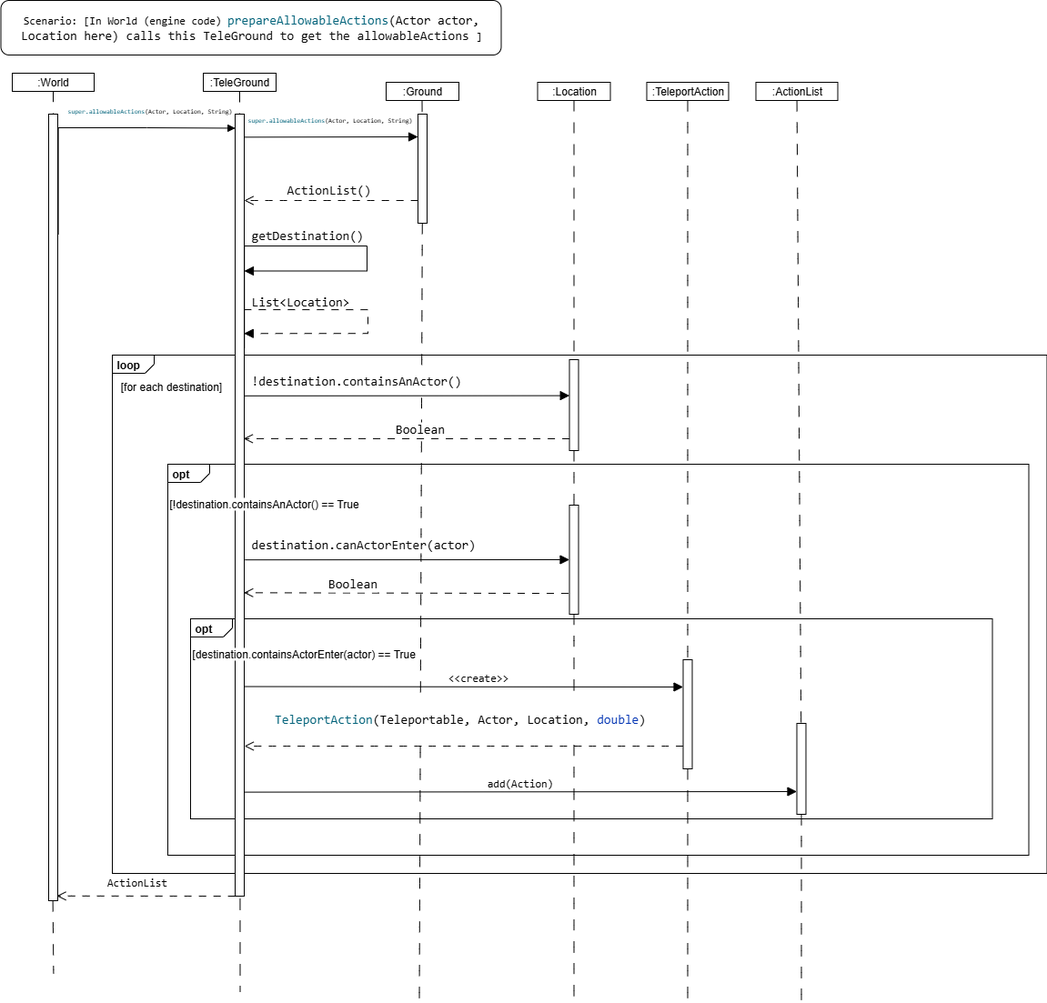
This is docs/sequencesDiagram/R1_SequenceDiagram.png from MinZY12138/finalA3, a draw.io export, as it was before one commit. Source tidied: cells renumbered, new cells last; positions are measured from the earlier drawing's top-left corner, leaving out a move shared by most shapes.
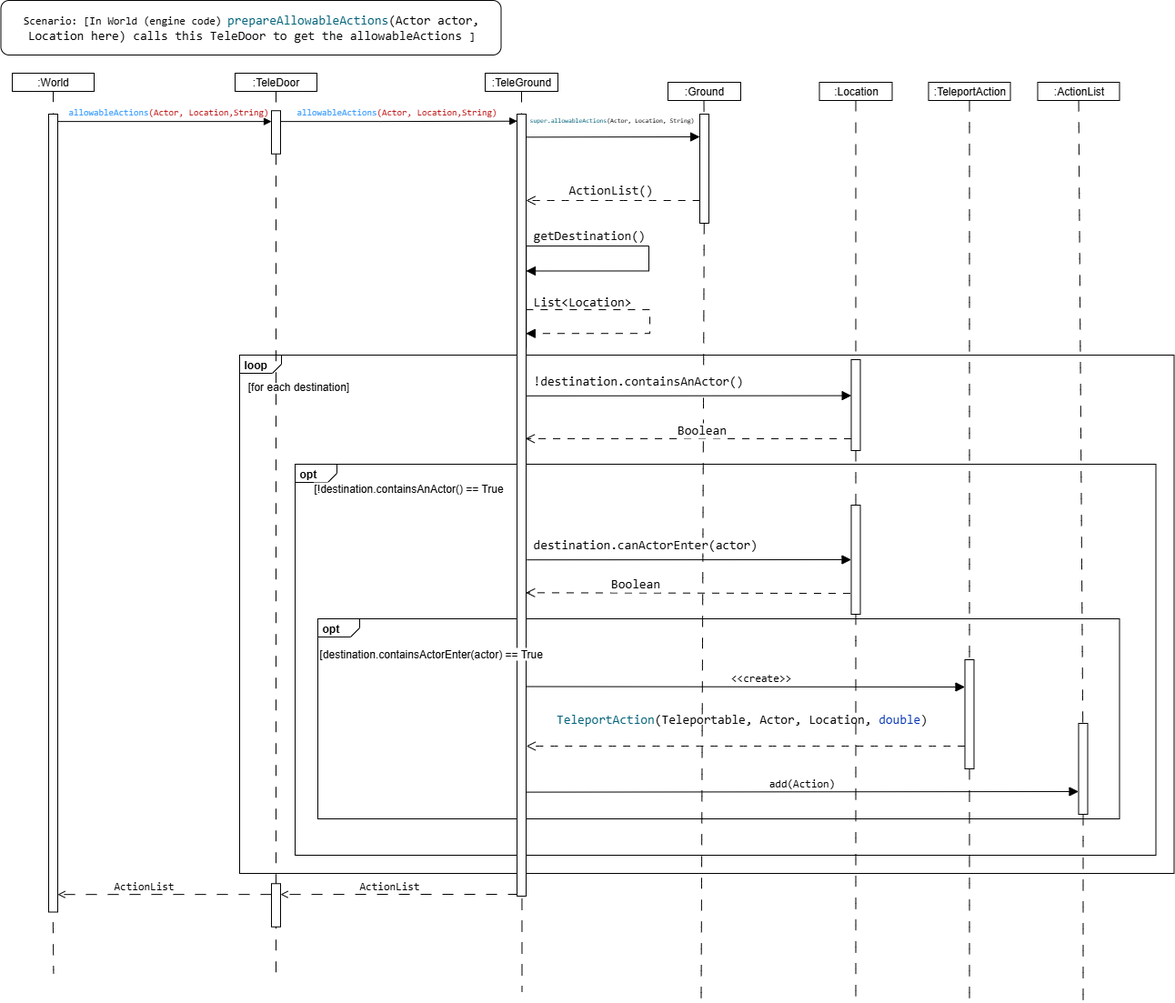
Later version of the same file.

Commit message:
More proper sequence diagram

What changed in the source:
```diff
@@ -3,13 +3,13 @@
     <mxCell id="0" />
     <mxCell id="1" parent="0" />
     <mxCell id="2" value="&lt;p style=&quot;margin:0px;margin-top:4px;margin-left:5px;text-align:left;&quot;&gt;&lt;b&gt;loop&lt;/b&gt;&lt;/p&gt;" style="html=1;shape=mxgraph.sysml.package;overflow=fill;labelX=46.3;align=left;spacingLeft=5;verticalAlign=top;spacingTop=-3;rounded=0;" parent="1" vertex="1">
-      <mxGeometry x="498" y="390" width="1027.5" height="570" as="geometry" />
+      <mxGeometry x="328" y="390" width="1027.5" height="570" as="geometry" />
     </mxCell>
     <mxCell id="3" value="&lt;p style=&quot;margin:0px;margin-top:4px;margin-left:5px;text-align:left;&quot;&gt;&lt;b&gt;opt&lt;/b&gt;&lt;/p&gt;" style="html=1;shape=mxgraph.sysml.package;overflow=fill;labelX=46.3;align=left;spacingLeft=5;verticalAlign=top;spacingTop=-3;rounded=0;" parent="1" vertex="1">
-      <mxGeometry x="559" y="510" width="946.5" height="430" as="geometry" />
+      <mxGeometry x="389" y="510" width="946.5" height="430" as="geometry" />
     </mxCell>
     <mxCell id="4" value="&lt;p style=&quot;margin:0px;margin-top:4px;margin-left:5px;text-align:left;&quot;&gt;&lt;b&gt;opt&lt;/b&gt;&lt;/p&gt;" style="html=1;shape=mxgraph.sysml.package;overflow=fill;labelX=46.3;align=left;spacingLeft=5;verticalAlign=top;spacingTop=-3;rounded=0;" parent="1" vertex="1">
-      <mxGeometry x="584" y="680" width="881.5" height="220" as="geometry" />
+      <mxGeometry x="414" y="680" width="881.5" height="220" as="geometry" />
     </mxCell>
     <mxCell id="5" style="edgeStyle=none;curved=0;rounded=0;jettySize=auto;html=1;fontSize=12;startSize=8;endSize=8;dashed=1;dashPattern=12 12;endArrow=none;endFill=0;" parent="1" edge="1" source="6">
       <mxGeometry relative="1" as="geometry">
@@ -68,14 +68,14 @@
         <mxPoint x="9" y="-12" as="offset" />
       </mxGeometry>
     </mxCell>
-    <mxCell id="17" style="edgeStyle=none;curved=1;jettySize=auto;html=1;exitX=1;exitY=1;exitDx=0;exitDy=0;fontSize=12;startSize=8;endSize=8;dashed=1;dashPattern=8 8;endArrow=open;endFill=0;entryX=0.994;entryY=0.109;entryDx=0;entryDy=0;entryPerimeter=0;" parent="1" edge="1" source="19" target="57">
-      <mxGeometry relative="1" as="geometry" />
-    </mxCell>
-    <mxCell id="18" value="ActionList" style="edgeLabel;html=1;align=center;verticalAlign=middle;fontSize=12;fontFamily=JetBrain Mono, Monospace;fontSource=https%3A%2F%2Ffonts.googleapis.com%2Fcss%3Ffamily%3DJetBrain%2BMono%252C%2BMonospace;" parent="17" vertex="1">
-      <mxGeometry x="0.1" y="1" relative="1" as="geometry">
-        <mxPoint y="-16" as="offset" />
-      </mxGeometry>
-    </mxCell>
+    <mxCell id="60" style="edgeStyle=orthogonalEdgeStyle;rounded=0;jettySize=auto;html=1;exitX=1;exitY=1;exitDx=0;exitDy=0;entryX=0.25;entryY=0;entryDx=0;entryDy=0;dashed=1;dashPattern=12 12;endArrow=open;endFill=0;" parent="1" edge="1" source="19" target="70">
+      <mxGeometry relative="1" as="geometry">
+        <Array as="points">
+          <mxPoint x="633" y="983" />
+          <mxPoint x="503" y="983" />
+        </Array>
+      </mxGeometry>
+    </mxCell>
     <mxCell id="19" style="rounded=0;whiteSpace=wrap;html=1;rotation=90;" parent="1" vertex="1">
       <mxGeometry x="208" y="550" width="860" height="10" as="geometry" />
     </mxCell>
@@ -97,7 +97,7 @@
       <mxGeometry x="688" y="180" width="100" height="60" as="geometry" />
     </mxCell>
     <mxCell id="24" value="[for each&amp;nbsp;&lt;span style=&quot;background-color: transparent; color: light-dark(rgb(0, 0, 0), rgb(255, 255, 255));&quot;&gt;destination]&lt;/span&gt;" style="text;html=1;align=center;verticalAlign=middle;whiteSpace=wrap;rounded=0;" parent="1" vertex="1">
-      <mxGeometry x="498" y="410" width="130" height="30" as="geometry" />
+      <mxGeometry x="328" y="410" width="130" height="30" as="geometry" />
     </mxCell>
     <mxCell id="25" value="&lt;div style=&quot;background-color:#ffffff;color:#080808&quot;&gt;&lt;pre style=&quot;font-family:'JetBrains Mono',monospace;font-size:10.5pt;&quot;&gt;getDestination()&lt;/pre&gt;&lt;/div&gt;" style="text;whiteSpace=wrap;html=1;rounded=0;" parent="1" vertex="1">
       <mxGeometry x="649" y="230" width="130" height="50" as="geometry" />
@@ -141,7 +141,7 @@
       </mxGeometry>
     </mxCell>
     <mxCell id="35" value="&lt;div style=&quot;text-align: center;&quot;&gt;&lt;span style=&quot;color: light-dark(rgb(0, 0, 0), rgb(255, 255, 255));&quot;&gt;[!destination.containsAnActor() == True&lt;/span&gt;&lt;/div&gt;" style="text;whiteSpace=wrap;html=1;labelBackgroundColor=default;rounded=0;" parent="1" vertex="1">
-      <mxGeometry x="559" y="540" width="226.5" height="40" as="geometry" />
+      <mxGeometry x="408" y="522.5" width="226.5" height="40" as="geometry" />
     </mxCell>
     <mxCell id="36" value="&lt;div style=&quot;background-color:#ffffff;color:#080808&quot;&gt;&lt;pre style=&quot;font-family:'JetBrains Mono',monospace;font-size:10.5pt;&quot;&gt;&lt;span style=&quot;color:#000000;&quot;&gt;destination&lt;/span&gt;.canActorEnter(&lt;span style=&quot;color:#000000;&quot;&gt;actor&lt;/span&gt;)&lt;/pre&gt;&lt;/div&gt;" style="text;whiteSpace=wrap;html=1;rotation=0;rounded=0;" parent="1" vertex="1">
       <mxGeometry x="649" y="570" width="280" height="70" as="geometry" />
@@ -166,7 +166,7 @@
       <mxGeometry x="945.5" y="610" width="120" height="10" as="geometry" />
     </mxCell>
     <mxCell id="42" value="&lt;div style=&quot;text-align: center;&quot;&gt;&lt;span style=&quot;color: light-dark(rgb(0, 0, 0), rgb(255, 255, 255));&quot;&gt;[destination.containsActorEnter(actor) == True&lt;/span&gt;&lt;/div&gt;" style="text;whiteSpace=wrap;html=1;labelBackgroundColor=default;rounded=0;" parent="1" vertex="1">
-      <mxGeometry x="584" y="705" width="261.5" height="40" as="geometry" />
+      <mxGeometry x="414" y="705" width="261.5" height="40" as="geometry" />
     </mxCell>
     <mxCell id="43" style="edgeStyle=none;curved=1;jettySize=auto;html=1;fontSize=12;startSize=8;endSize=8;endArrow=none;endFill=0;dashed=1;dashPattern=12 12;" parent="1" edge="1" source="46">
       <mxGeometry relative="1" as="geometry">
@@ -188,7 +188,7 @@
         <mxPoint x="643.2" y="820" as="targetPoint" />
       </mxGeometry>
     </mxCell>
-    <mxCell id="48" value="&lt;div style=&quot;color: rgb(8, 8, 8);&quot;&gt;&lt;pre style=&quot;font-family:'JetBrains Mono',monospace;font-size:10.5pt;&quot;&gt;&lt;span style=&quot;color: rgb(0, 98, 122);&quot;&gt;TeleportAction&lt;/span&gt;(&lt;span style=&quot;color: rgb(0, 0, 0);&quot;&gt;Teleportable&lt;/span&gt;, &lt;span style=&quot;color: rgb(0, 0, 0);&quot;&gt;Actor&lt;/span&gt;, &lt;span style=&quot;color: rgb(0, 0, 0);&quot;&gt;Location&lt;/span&gt;, &lt;span style=&quot;color: rgb(0, 51, 179);&quot;&gt;double&lt;/span&gt;)&lt;/pre&gt;&lt;/div&gt;" style="edgeLabel;html=1;align=center;verticalAlign=middle;fontSize=12;" parent="1" vertex="1">
+    <mxCell id="48" value="&lt;div style=&quot;color: rgb(8, 8, 8);&quot;&gt;&lt;pre style=&quot;font-family:'JetBrains Mono',monospace;font-size:10.5pt;&quot;&gt;&lt;span style=&quot;color: rgb(0, 98, 122);&quot;&gt;TeleportAction&lt;/span&gt;(&lt;span style=&quot;color: rgb(0, 0, 0);&quot;&gt;Teleportable&lt;/span&gt;, &lt;span style=&quot;color: rgb(0, 0, 0);&quot;&gt;Actor&lt;/span&gt;, &lt;span style=&quot;color: rgb(0, 0, 0);&quot;&gt;Location&lt;/span&gt;, &lt;span style=&quot;color: rgb(0, 51, 179);&quot;&gt;double&lt;/span&gt;)&lt;/pre&gt;&lt;/div&gt;" style="edgeLabel;html=1;align=center;verticalAlign=middle;fontSize=12;labelBackgroundColor=none;" parent="1" vertex="1">
       <mxGeometry x="879.8" y="790" as="geometry" />
     </mxCell>
     <mxCell id="49" style="edgeStyle=none;curved=1;jettySize=auto;html=1;fontSize=12;startSize=8;endSize=8;dashed=1;dashPattern=12 12;endArrow=none;endFill=0;" parent="1" edge="1" source="52">
@@ -205,34 +205,74 @@
     <mxCell id="52" style="rounded=0;whiteSpace=wrap;html=1;rotation=90;" parent="1" vertex="1">
       <mxGeometry x="1205.5" y="840" width="100" height="10" as="geometry" />
     </mxCell>
-    <mxCell id="53" value="Scenario: [In World (engine code)&amp;nbsp;&lt;span style=&quot;font-size: 10.5pt; background-color: rgb(255, 255, 255); color: rgb(0, 98, 122);&quot;&gt;prepareAllowableActions&lt;/span&gt;&lt;span style=&quot;font-size: 10.5pt; background-color: rgb(255, 255, 255); color: rgb(8, 8, 8);&quot;&gt;(&lt;/span&gt;&lt;span style=&quot;font-size: 10.5pt; background-color: rgb(255, 255, 255);&quot;&gt;Actor actor&lt;/span&gt;&lt;span style=&quot;font-size: 10.5pt; background-color: rgb(255, 255, 255); color: rgb(8, 8, 8);&quot;&gt;, &lt;/span&gt;&lt;span style=&quot;font-size: 10.5pt; background-color: rgb(255, 255, 255);&quot;&gt;Location here&lt;/span&gt;&lt;span style=&quot;font-size: 10.5pt; background-color: rgb(255, 255, 255); color: rgb(8, 8, 8);&quot;&gt;) calls this TeleGround to get the allowableActions&amp;nbsp;&lt;/span&gt;&lt;span style=&quot;background-color: transparent; color: light-dark(rgb(0, 0, 0), rgb(255, 255, 255));&quot;&gt;]&lt;/span&gt;" style="rounded=1;whiteSpace=wrap;html=1;fontFamily=JetBrain Mono, Monospace;fontSource=https%3A%2F%2Ffonts.googleapis.com%2Fcss%3Ffamily%3DJetBrain%2BMono%252C%2BMonospace;" parent="1" vertex="1">
-      <mxGeometry x="375.5" width="550" height="60" as="geometry" />
+    <mxCell id="53" value="Scenario: [In World (engine code)&amp;nbsp;&lt;span style=&quot;font-size: 10.5pt; background-color: rgb(255, 255, 255); color: rgb(0, 98, 122);&quot;&gt;prepareAllowableActions&lt;/span&gt;&lt;span style=&quot;font-size: 10.5pt; background-color: rgb(255, 255, 255); color: rgb(8, 8, 8);&quot;&gt;(&lt;/span&gt;&lt;span style=&quot;font-size: 10.5pt; background-color: rgb(255, 255, 255);&quot;&gt;Actor actor&lt;/span&gt;&lt;span style=&quot;font-size: 10.5pt; background-color: rgb(255, 255, 255); color: rgb(8, 8, 8);&quot;&gt;, &lt;/span&gt;&lt;span style=&quot;font-size: 10.5pt; background-color: rgb(255, 255, 255);&quot;&gt;Location here&lt;/span&gt;&lt;span style=&quot;font-size: 10.5pt; background-color: rgb(255, 255, 255); color: rgb(8, 8, 8);&quot;&gt;) calls this TeleDoor to get the allowableActions&amp;nbsp;&lt;/span&gt;&lt;span style=&quot;background-color: transparent; color: light-dark(rgb(0, 0, 0), rgb(255, 255, 255));&quot;&gt;]&lt;/span&gt;" style="rounded=1;whiteSpace=wrap;html=1;fontFamily=JetBrain Mono, Monospace;fontSource=https%3A%2F%2Ffonts.googleapis.com%2Fcss%3Ffamily%3DJetBrain%2BMono%252C%2BMonospace;" parent="1" vertex="1">
+      <mxGeometry x="65.5" width="550" height="60" as="geometry" />
     </mxCell>
     <mxCell id="54" style="edgeStyle=none;curved=1;orthogonalLoop=1;jettySize=auto;html=1;fontSize=12;startSize=8;endSize=8;dashed=1;dashPattern=12 12;endArrow=none;endFill=0;" parent="1" edge="1">
       <mxGeometry relative="1" as="geometry">
-        <mxPoint x="432.6" y="990" as="sourcePoint" />
-        <mxPoint x="433.4" y="1070" as="targetPoint" />
+        <mxPoint x="122.6" y="990" as="sourcePoint" />
+        <mxPoint x="123.4" y="1070" as="targetPoint" />
       </mxGeometry>
     </mxCell>
     <mxCell id="55" value=":World" style="rounded=0;whiteSpace=wrap;html=1;" parent="1" vertex="1">
-      <mxGeometry x="388" y="80" width="90" height="20" as="geometry" />
+      <mxGeometry x="78" y="80" width="90" height="20" as="geometry" />
     </mxCell>
     <mxCell id="56" style="edgeStyle=none;curved=1;jettySize=auto;html=1;fontSize=12;startSize=8;endSize=8;dashed=1;dashPattern=12 12;endArrow=none;endFill=0;" parent="1" edge="1" source="55" target="57">
       <mxGeometry relative="1" as="geometry" />
     </mxCell>
+    <mxCell id="61" style="edgeStyle=orthogonalEdgeStyle;rounded=0;jettySize=auto;html=1;exitX=0;exitY=0;exitDx=0;exitDy=0;entryX=0.25;entryY=1;entryDx=0;entryDy=0;endArrow=block;endFill=1;" parent="1" edge="1" source="57" target="65">
+      <mxGeometry relative="1" as="geometry">
+        <Array as="points">
+          <mxPoint x="128" y="133" />
+        </Array>
+      </mxGeometry>
+    </mxCell>
     <mxCell id="57" style="rounded=0;whiteSpace=wrap;html=1;rotation=90;" parent="1" vertex="1">
-      <mxGeometry x="0.5" y="552.5" width="865" height="10" as="geometry" />
+      <mxGeometry x="-315.8" y="558.8" width="877.5" height="10" as="geometry" />
     </mxCell>
-    <mxCell id="58" style="edgeStyle=orthogonalEdgeStyle;rounded=0;jettySize=auto;html=1;entryX=0.018;entryY=0.982;entryDx=0;entryDy=0;entryPerimeter=0;exitX=0.153;exitY=-0.057;exitDx=0;exitDy=0;exitPerimeter=0;endArrow=block;endFill=1;" parent="1" edge="1" source="57" target="19">
-      <mxGeometry relative="1" as="geometry">
-        <Array as="points">
-          <mxPoint x="439" y="140" />
-          <mxPoint x="536" y="140" />
-        </Array>
-      </mxGeometry>
-    </mxCell>
-    <mxCell id="59" value="&lt;div style=&quot;color: rgb(8, 8, 8);&quot;&gt;&lt;pre style=&quot;font-family: &amp;quot;JetBrains Mono&amp;quot;, monospace;&quot;&gt;&lt;font style=&quot;font-size: 7px;&quot;&gt;&lt;span style=&quot;color: rgb(0, 98, 122);&quot;&gt;super.allowableActions&lt;/span&gt;(&lt;span style=&quot;color: rgb(0, 0, 0);&quot;&gt;Actor&lt;/span&gt;, &lt;span style=&quot;color: rgb(0, 0, 0);&quot;&gt;Location&lt;/span&gt;, String)&lt;/font&gt;&lt;/pre&gt;&lt;/div&gt;" style="edgeLabel;html=1;align=center;verticalAlign=middle;fontSize=8;rounded=0;" parent="1" vertex="1">
-      <mxGeometry x="538" y="120" as="geometry" />
-    </mxCell>
+    <mxCell id="62" style="edgeStyle=orthogonalEdgeStyle;rounded=0;jettySize=auto;html=1;dashed=1;dashPattern=12 12;endArrow=none;endFill=0;" parent="1" edge="1" source="65">
+      <mxGeometry relative="1" as="geometry">
+        <mxPoint x="368" y="1080" as="targetPoint" />
+        <Array as="points">
+          <mxPoint x="368" y="1080" />
+        </Array>
+      </mxGeometry>
+    </mxCell>
+    <mxCell id="63" value=":TeleDoor" style="rounded=0;whiteSpace=wrap;html=1;" parent="1" vertex="1">
+      <mxGeometry x="323" y="80" width="90" height="20" as="geometry" />
+    </mxCell>
+    <mxCell id="64" style="edgeStyle=orthogonalEdgeStyle;rounded=0;jettySize=auto;html=1;dashed=1;dashPattern=12 12;endArrow=none;endFill=0;" parent="1" edge="1" source="63" target="65">
+      <mxGeometry relative="1" as="geometry" />
+    </mxCell>
+    <mxCell id="65" style="rounded=0;whiteSpace=wrap;html=1;rotation=90;" parent="1" vertex="1">
+      <mxGeometry x="344.2" y="140" width="47.5" height="10" as="geometry" />
+    </mxCell>
+    <mxCell id="66" value="&lt;div style=&quot;background-color: rgb(255, 255, 255);&quot;&gt;&lt;pre style=&quot;font-family: &amp;quot;JetBrains Mono&amp;quot;, monospace;&quot;&gt;&lt;font style=&quot;color: rgb(51, 153, 255);&quot;&gt;allowableActions&lt;/font&gt;&lt;font color=&quot;#ba0000&quot;&gt;(Actor, Location,String)&lt;/font&gt;&lt;/pre&gt;&lt;/div&gt;" style="text;whiteSpace=wrap;html=1;fontSize=10;" parent="1" vertex="1">
+      <mxGeometry x="138" y="100" width="230" height="60" as="geometry" />
+    </mxCell>
+    <mxCell id="67" style="edgeStyle=orthogonalEdgeStyle;rounded=0;jettySize=auto;html=1;exitX=0.25;exitY=0;exitDx=0;exitDy=0;entryX=0.009;entryY=0.98;entryDx=0;entryDy=0;entryPerimeter=0;endArrow=block;endFill=1;" parent="1" edge="1" source="65" target="19">
+      <mxGeometry relative="1" as="geometry">
+        <Array as="points">
+          <mxPoint x="483" y="133" />
+        </Array>
+      </mxGeometry>
+    </mxCell>
+    <mxCell id="68" value="&lt;div style=&quot;background-color: rgb(255, 255, 255);&quot;&gt;&lt;pre style=&quot;font-family: &amp;quot;JetBrains Mono&amp;quot;, monospace;&quot;&gt;&lt;font style=&quot;color: rgb(51, 153, 255);&quot;&gt;allowableActions&lt;/font&gt;&lt;font color=&quot;#ba0000&quot;&gt;(Actor, Location,String)&lt;/font&gt;&lt;/pre&gt;&lt;/div&gt;" style="text;whiteSpace=wrap;html=1;fontSize=10;" parent="1" vertex="1">
+      <mxGeometry x="389" y="100" width="230" height="60" as="geometry" />
+    </mxCell>
+    <mxCell id="69" style="edgeStyle=orthogonalEdgeStyle;rounded=0;jettySize=auto;html=1;exitX=0.25;exitY=1;exitDx=0;exitDy=0;dashed=1;dashPattern=12 12;endArrow=open;endFill=0;" parent="1" edge="1" source="70">
+      <mxGeometry relative="1" as="geometry">
+        <mxPoint x="128" y="983.2" as="targetPoint" />
+      </mxGeometry>
+    </mxCell>
+    <mxCell id="70" style="rounded=0;whiteSpace=wrap;html=1;rotation=90;" parent="1" vertex="1">
+      <mxGeometry x="344.2" y="990" width="47.5" height="10" as="geometry" />
+    </mxCell>
+    <mxCell id="71" value="&lt;span style=&quot;color: rgb(0, 0, 0); font-family: &amp;quot;JetBrain Mono&amp;quot;, monospace; font-size: 12px; font-style: normal; font-variant-ligatures: normal; font-variant-caps: normal; font-weight: 400; letter-spacing: normal; orphans: 2; text-align: center; text-indent: 0px; text-transform: none; widows: 2; word-spacing: 0px; -webkit-text-stroke-width: 0px; white-space: nowrap; background-color: rgb(255, 255, 255); text-decoration-thickness: initial; text-decoration-style: initial; text-decoration-color: initial; float: none; display: inline !important;&quot;&gt;ActionList&lt;/span&gt;" style="text;whiteSpace=wrap;html=1;" parent="1" vertex="1">
+      <mxGeometry x="458" y="960" width="100" height="40" as="geometry" />
+    </mxCell>
+    <mxCell id="72" value="&lt;span style=&quot;color: rgb(0, 0, 0); font-family: &amp;quot;JetBrain Mono&amp;quot;, monospace; font-size: 12px; font-style: normal; font-variant-ligatures: normal; font-variant-caps: normal; font-weight: 400; letter-spacing: normal; orphans: 2; text-align: center; text-indent: 0px; text-transform: none; widows: 2; word-spacing: 0px; -webkit-text-stroke-width: 0px; white-space: nowrap; background-color: rgb(255, 255, 255); text-decoration-thickness: initial; text-decoration-style: initial; text-decoration-color: initial; float: none; display: inline !important;&quot;&gt;ActionList&lt;/span&gt;" style="text;whiteSpace=wrap;html=1;" parent="1" vertex="1">
+      <mxGeometry x="188" y="960" width="100" height="40" as="geometry" />
+    </mxCell>
   </root>
 </mxGraphModel>
```
